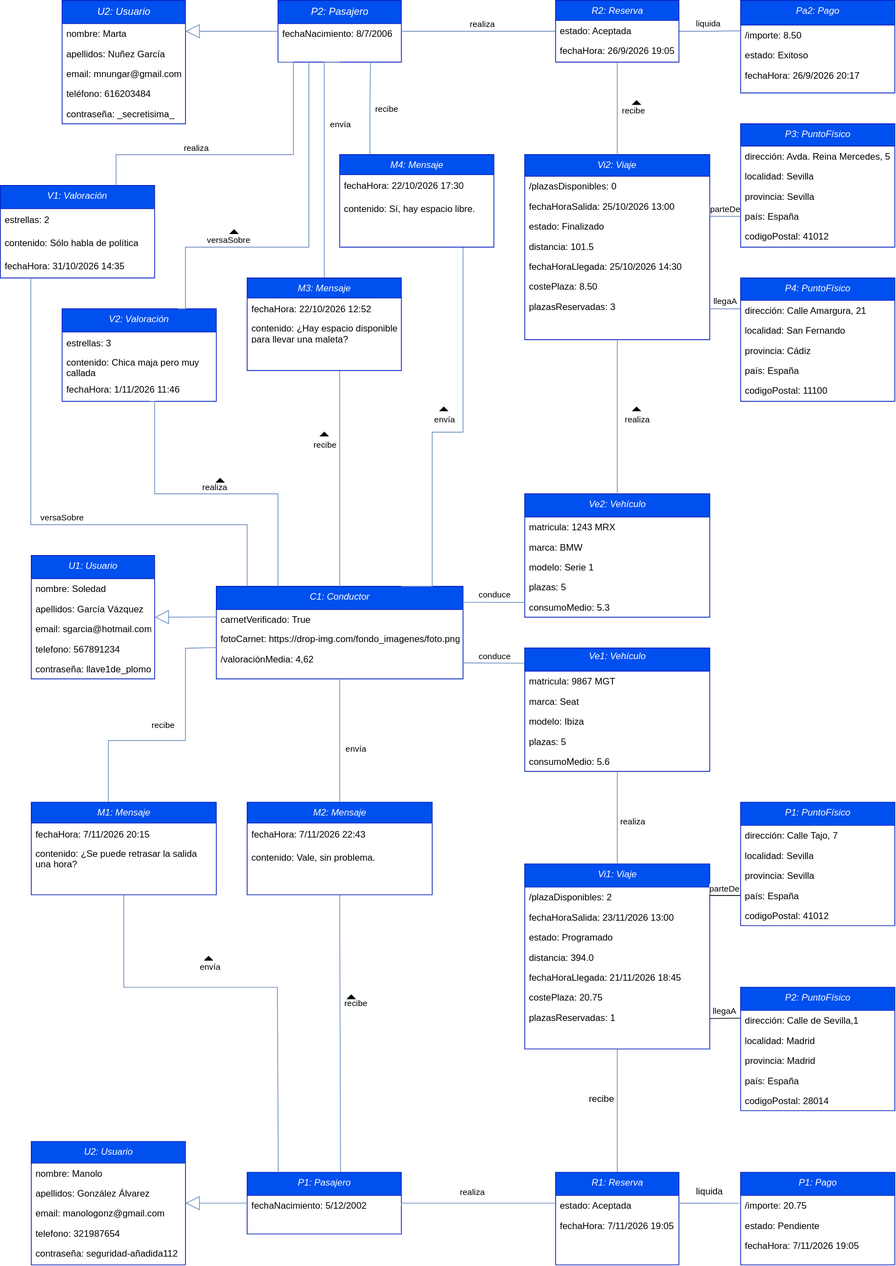
The draw.io diagram img/Dobjeto_f.drawio.svg in Carla-SG/proyecto-curso-iissi1-2026-JQP9166, before a commit. Source tidied: cells renumbered, new cells last; positions are measured from the earlier drawing's top-left corner, leaving out a move shared by most shapes.
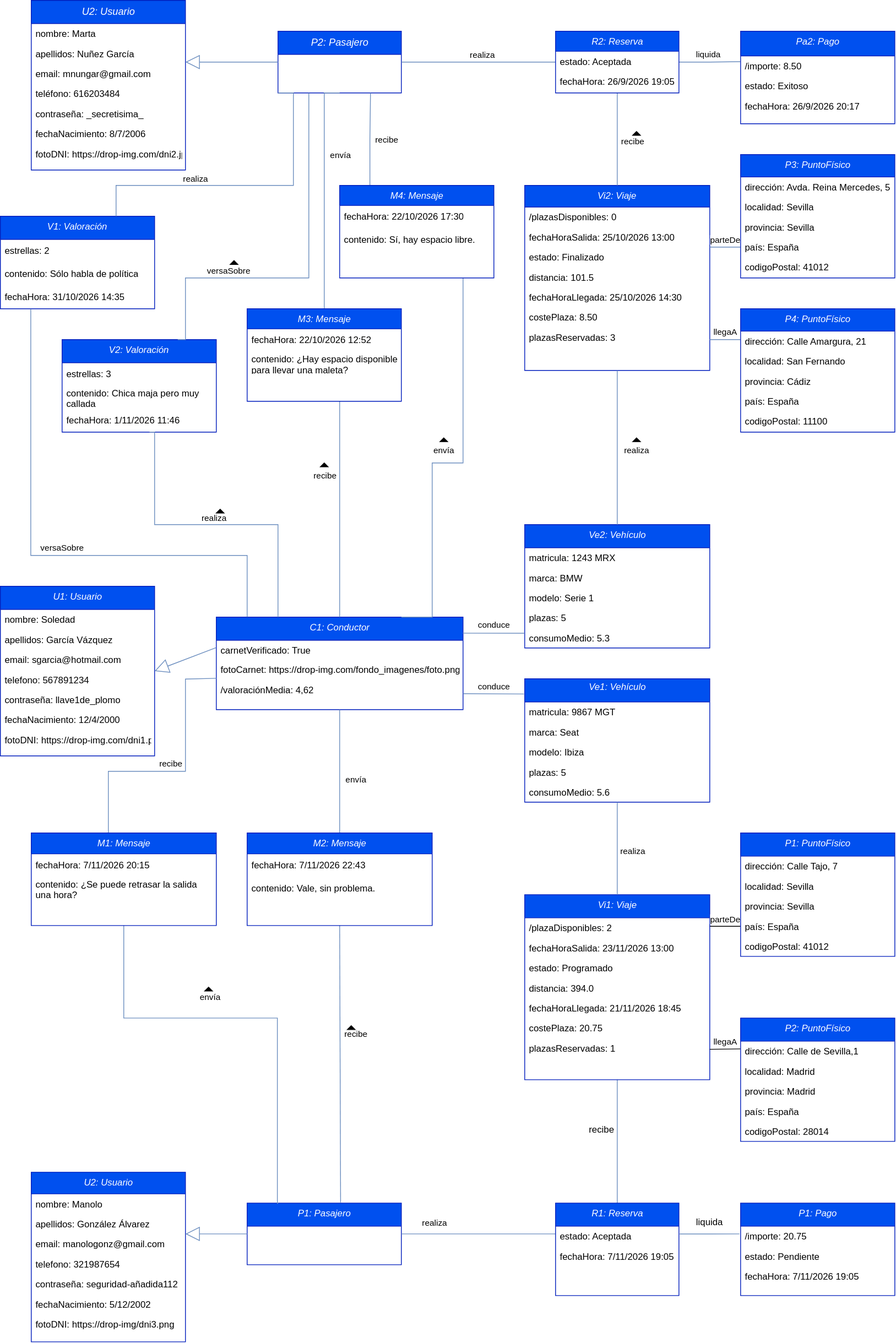
After the change.

What changed in the source:
```diff
@@ -3,7 +3,7 @@
     <mxCell id="0" />
     <mxCell id="1" parent="0" />
     <mxCell id="2" value="&lt;span&gt;U2&lt;/span&gt;: Usuario" style="swimlane;fontStyle=2;align=center;verticalAlign=top;horizontal=1;startSize=28;rounded=0;shadow=0;strokeWidth=1;direction=east;html=1;fontSize=12;fillColor=#0050EF;strokeColor=#001DBC;fontFamily=Helvetica;fontColor=#ffffff;" parent="1" vertex="1">
-      <mxGeometry x="40" y="1480" width="200" height="160" as="geometry" />
+      <mxGeometry x="40" y="1480" width="200" height="220" as="geometry" />
     </mxCell>
     <mxCell id="3" value="nombre: Manolo" style="text;align=left;verticalAlign=top;spacingLeft=4;spacingRight=4;overflow=hidden;" parent="2" vertex="1">
       <mxGeometry y="28" width="200" height="26" as="geometry" />
@@ -20,12 +20,15 @@
     <mxCell id="7" value="contraseña: seguridad-añadida112" style="text;align=left;verticalAlign=top;spacingLeft=4;spacingRight=4;overflow=hidden;" parent="2" vertex="1">
       <mxGeometry y="132" width="200" height="26" as="geometry" />
     </mxCell>
+    <mxCell id="9" value="fechaNacimiento: 5/12/2002" style="text;align=left;verticalAlign=top;spacingLeft=4;spacingRight=4;overflow=hidden;points=[[0,0.5],[1,0.5]];portConstraint=eastwest;" parent="2" vertex="1">
+      <mxGeometry y="158" width="200" height="26" as="geometry" />
+    </mxCell>
+    <mxCell id="178" value="fotoDNI: https://drop-img/dni3.png" style="text;align=left;verticalAlign=top;spacingLeft=4;spacingRight=4;overflow=hidden;" parent="2" vertex="1">
+      <mxGeometry y="184" width="200" height="26" as="geometry" />
+    </mxCell>
     <mxCell id="8" value="&lt;span&gt;P1&lt;/span&gt;: Pasajero" style="swimlane;fontStyle=2;align=center;verticalAlign=top;horizontal=1;startSize=30;rounded=0;shadow=0;strokeWidth=1;html=1;fontSize=12;fillColor=#0050EF;strokeColor=#001DBC;fontFamily=Helvetica;fontColor=#ffffff;fillStyle=solid;" parent="1" vertex="1">
       <mxGeometry x="320" y="1520" width="200" height="80" as="geometry" />
     </mxCell>
-    <mxCell id="9" value="fechaNacimiento: 5/12/2002" style="text;align=left;verticalAlign=top;spacingLeft=4;spacingRight=4;overflow=hidden;points=[[0,0.5],[1,0.5]];portConstraint=eastwest;" parent="8" vertex="1">
-      <mxGeometry y="30" width="200" height="26" as="geometry" />
-    </mxCell>
     <mxCell id="10" value="&lt;span&gt;P1&lt;/span&gt;: Pago" style="swimlane;fontStyle=2;align=center;verticalAlign=top;horizontal=1;startSize=30;rounded=0;shadow=0;strokeWidth=1;fontSize=12;html=1;fillColor=#0050EF;strokeColor=#001DBC;fontFamily=Helvetica;fontColor=#ffffff;" parent="1" vertex="1">
       <mxGeometry x="960" y="1520" width="200" height="120" as="geometry" />
     </mxCell>
@@ -44,36 +47,38 @@
         <mxPoint x="30" y="5" as="offset" />
       </mxGeometry>
     </mxCell>
-    <mxCell id="15" style="endArrow=none;html=1;rounded=0;exitX=1;exitY=0.5;exitDx=0;exitDy=0;entryX=0;entryY=0.385;entryDx=0;entryDy=0;strokeColor=#6C8EBF;edgeStyle=orthogonalEdgeStyle;entryPerimeter=0;" parent="1" edge="1" source="9" target="150">
-      <mxGeometry x="-0.04" relative="1" as="geometry">
-        <Array as="points">
-          <mxPoint x="520" y="1560" />
-        </Array>
-      </mxGeometry>
+    <mxCell id="15" style="endArrow=none;html=1;rounded=0;exitX=1;exitY=0.5;exitDx=0;exitDy=0;entryX=0;entryY=0.385;entryDx=0;entryDy=0;strokeColor=#6C8EBF;edgeStyle=orthogonalEdgeStyle;entryPerimeter=0;" parent="1" edge="1" source="8" target="150">
+      <mxGeometry x="-0.04" relative="1" as="geometry" />
     </mxCell>
     <mxCell id="16" value="realiza" style="edgeLabel;html=1;align=center;verticalAlign=middle;" parent="15" vertex="1">
       <mxGeometry x="-0.06" relative="1" as="geometry">
-        <mxPoint x="-1" y="-15" as="offset" />
+        <mxPoint x="-52" y="-15" as="offset" />
       </mxGeometry>
     </mxCell>
     <mxCell id="17" value="&lt;span&gt;U1&lt;/span&gt;: Usuario" style="swimlane;align=center;verticalAlign=top;horizontal=1;startSize=30;rounded=0;shadow=0;strokeWidth=1;direction=east;fontStyle=2;html=1;fontSize=12;fillColor=#0050EF;strokeColor=#001DBC;fontFamily=Helvetica;fontColor=#ffffff;" parent="1" vertex="1">
-      <mxGeometry x="40" y="720" width="160" height="160" as="geometry" />
+      <mxGeometry y="720" width="200" height="220" as="geometry" />
     </mxCell>
     <mxCell id="18" value="nombre: Soledad" style="text;align=left;verticalAlign=top;spacingLeft=4;spacingRight=4;overflow=hidden;" parent="17" vertex="1">
-      <mxGeometry y="30" width="160" height="26" as="geometry" />
+      <mxGeometry y="30" width="200" height="26" as="geometry" />
     </mxCell>
     <mxCell id="19" value="apellidos: García Vázquez" style="text;align=left;verticalAlign=top;spacingLeft=4;spacingRight=4;overflow=hidden;rounded=0;shadow=0;html=0;" parent="17" vertex="1">
-      <mxGeometry y="56" width="160" height="26" as="geometry" />
+      <mxGeometry y="56" width="200" height="26" as="geometry" />
     </mxCell>
     <mxCell id="20" value="email: sgarcia@hotmail.com" style="text;align=left;verticalAlign=top;spacingLeft=4;spacingRight=4;overflow=hidden;rounded=0;shadow=0;html=0;" parent="17" vertex="1">
-      <mxGeometry y="82" width="160" height="26" as="geometry" />
+      <mxGeometry y="82" width="200" height="26" as="geometry" />
     </mxCell>
     <mxCell id="21" value="telefono: 567891234" style="text;align=left;verticalAlign=top;spacingLeft=4;spacingRight=4;overflow=hidden;" parent="17" vertex="1">
-      <mxGeometry y="108" width="160" height="26" as="geometry" />
+      <mxGeometry y="108" width="200" height="26" as="geometry" />
     </mxCell>
     <mxCell id="22" value="contraseña: llave1de_plomo" style="text;align=left;verticalAlign=top;spacingLeft=4;spacingRight=4;overflow=hidden;" parent="17" vertex="1">
-      <mxGeometry y="134" width="160" height="26" as="geometry" />
+      <mxGeometry y="134" width="200" height="26" as="geometry" />
     </mxCell>
+    <mxCell id="179" value="fechaNacimiento: 12/4/2000" style="text;align=left;verticalAlign=top;spacingLeft=4;spacingRight=4;overflow=hidden;" parent="17" vertex="1">
+      <mxGeometry y="160" width="200" height="26" as="geometry" />
+    </mxCell>
+    <mxCell id="180" value="fotoDNI: https://drop-img.com/dni1.png" style="text;align=left;verticalAlign=top;spacingLeft=4;spacingRight=4;overflow=hidden;" parent="17" vertex="1">
+      <mxGeometry y="186" width="200" height="26" as="geometry" />
+    </mxCell>
     <mxCell id="23" value="&lt;span&gt;C1&lt;/span&gt;: Conductor" style="swimlane;fontStyle=2;align=center;verticalAlign=top;horizontal=1;startSize=30;rounded=0;shadow=0;strokeWidth=1;html=1;fontSize=12;fillColor=#0050EF;strokeColor=#001DBC;fontFamily=Helvetica;fontColor=#ffffff;" parent="1" vertex="1">
       <mxGeometry x="280" y="760" width="320" height="120" as="geometry" />
     </mxCell>
@@ -182,29 +187,32 @@
       <mxGeometry relative="1" as="geometry" />
     </mxCell>
     <mxCell id="56" value="&lt;font style=&quot;font-size: 13px;&quot;&gt;U2: Usuario&lt;/font&gt;" style="swimlane;fontStyle=2;align=center;verticalAlign=top;horizontal=1;startSize=30;rounded=0;shadow=0;strokeWidth=1;direction=east;html=1;fillColor=#0050ef;strokeColor=#001DBC;fontFamily=Helvetica;fontSize=12;fontColor=#ffffff;" parent="1" vertex="1">
-      <mxGeometry x="80" width="160" height="160" as="geometry" />
+      <mxGeometry x="40" y="-40" width="200" height="220" as="geometry" />
     </mxCell>
     <mxCell id="57" value="nombre: Marta" style="text;align=left;verticalAlign=top;spacingLeft=4;spacingRight=4;overflow=hidden;" parent="56" vertex="1">
-      <mxGeometry y="30" width="160" height="26" as="geometry" />
+      <mxGeometry y="30" width="200" height="26" as="geometry" />
     </mxCell>
     <mxCell id="58" value="apellidos: Nuñez García" style="text;align=left;verticalAlign=top;spacingLeft=4;spacingRight=4;overflow=hidden;rounded=0;shadow=0;html=0;" parent="56" vertex="1">
-      <mxGeometry y="56" width="160" height="26" as="geometry" />
+      <mxGeometry y="56" width="200" height="26" as="geometry" />
     </mxCell>
     <mxCell id="59" value="email: mnungar@gmail.com" style="text;align=left;verticalAlign=top;spacingLeft=4;spacingRight=4;overflow=hidden;rounded=0;shadow=0;html=0;" parent="56" vertex="1">
-      <mxGeometry y="82" width="160" height="26" as="geometry" />
+      <mxGeometry y="82" width="200" height="26" as="geometry" />
     </mxCell>
     <mxCell id="60" value="teléfono: 616203484" style="text;align=left;verticalAlign=top;spacingLeft=4;spacingRight=4;overflow=hidden;" parent="56" vertex="1">
-      <mxGeometry y="108" width="160" height="26" as="geometry" />
+      <mxGeometry y="108" width="200" height="26" as="geometry" />
     </mxCell>
     <mxCell id="61" value="contraseña: _secretisima_" style="text;align=left;verticalAlign=top;spacingLeft=4;spacingRight=4;overflow=hidden;" parent="56" vertex="1">
-      <mxGeometry y="134" width="160" height="26" as="geometry" />
+      <mxGeometry y="134" width="200" height="26" as="geometry" />
     </mxCell>
+    <mxCell id="63" value="fechaNacimiento: 8/7/2006" style="text;align=left;verticalAlign=top;spacingLeft=4;spacingRight=4;overflow=hidden;" parent="56" vertex="1">
+      <mxGeometry y="160" width="200" height="26" as="geometry" />
+    </mxCell>
+    <mxCell id="181" value="fotoDNI: https://drop-img.com/dni2.jpg" style="text;align=left;verticalAlign=top;spacingLeft=4;spacingRight=4;overflow=hidden;" parent="56" vertex="1">
+      <mxGeometry y="186" width="200" height="26" as="geometry" />
+    </mxCell>
     <mxCell id="62" value="&lt;font style=&quot;font-size: 13px;&quot;&gt;P2: Pasajero&lt;/font&gt;" style="swimlane;fontStyle=2;align=center;verticalAlign=top;horizontal=1;startSize=30;rounded=0;shadow=0;strokeWidth=1;html=1;fillColor=#0050EF;strokeColor=#001DBC;fontFamily=Helvetica;fontSize=12;fontColor=#ffffff;" parent="1" vertex="1">
       <mxGeometry x="360" width="160" height="80" as="geometry" />
     </mxCell>
-    <mxCell id="63" value="fechaNacimiento: 8/7/2006" style="text;align=left;verticalAlign=top;spacingLeft=4;spacingRight=4;overflow=hidden;" parent="62" vertex="1">
-      <mxGeometry y="30" width="160" height="26" as="geometry" />
-    </mxCell>
     <mxCell id="64" style="endArrow=block;endSize=16;endFill=0;html=1;rounded=0;edgeStyle=orthogonalEdgeStyle;exitX=0;exitY=0.5;exitDx=0;exitDy=0;strokeColor=#6C8EBF;" parent="1" edge="1" source="62">
       <mxGeometry x="1" y="100" relative="1" as="geometry">
         <mxPoint x="240" y="40" as="targetPoint" />
@@ -342,7 +350,7 @@
     </mxCell>
     <mxCell id="101" value="recibe" style="edgeLabel;html=1;align=center;verticalAlign=middle;" parent="100" vertex="1">
       <mxGeometry x="0.35" y="3" relative="1" as="geometry">
-        <mxPoint x="-27" y="27" as="offset" />
+        <mxPoint x="-17" y="37" as="offset" />
       </mxGeometry>
     </mxCell>
     <mxCell id="102" style="endArrow=none;html=1;rounded=0;exitX=0.5;exitY=0;exitDx=0;exitDy=0;entryX=0.5;entryY=1;entryDx=0;entryDy=0;strokeColor=#6C8EBF;" parent="1" edge="1" target="23">
```
